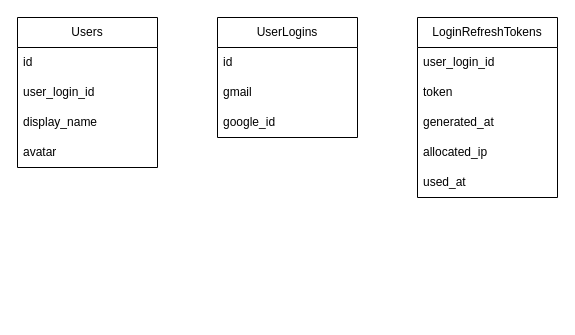
Above: auth-service database design.drawio in Wordsly-V2/auth-service (draw.io), before the change. Source tidied: cells renumbered, new cells numbered last; positions are measured from the earlier drawing's top-left corner, leaving out a move shared by most shapes. Both pictures are drawn from the tidied source at 100%, with x=0, y=0 at pixel (17, 17).
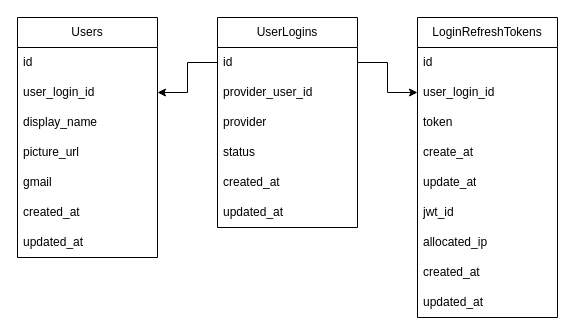
The same diagram, later.

Unchanged cells that the change refers to:
```xml
<mxCell id="4" value="user_login_id" style="text;strokeColor=none;fillColor=none;align=left;verticalAlign=middle;spacingLeft=4;spacingRight=4;overflow=hidden;points=[[0,0.5],[1,0.5]];portConstraint=eastwest;whiteSpace=wrap;html=1;" parent="2" vertex="1">
  <mxGeometry y="60" width="140" height="30" as="geometry" />
</mxCell>
<mxCell id="8" value="id" style="text;strokeColor=none;fillColor=none;align=left;verticalAlign=middle;spacingLeft=4;spacingRight=4;overflow=hidden;points=[[0,0.5],[1,0.5]];portConstraint=eastwest;whiteSpace=wrap;html=1;" parent="7" vertex="1">
  <mxGeometry y="30" width="140" height="30" as="geometry" />
</mxCell>
```

The edit, as a diff of the source:
```diff
@@
     <mxCell id="2" value="Users" style="swimlane;fontStyle=0;horizontal=1;startSize=30;whiteSpace=wrap;html=1;" parent="1" vertex="1">
-      <mxGeometry width="140" height="150" as="geometry" />
+      <mxGeometry width="140" height="240" as="geometry" />
     </mxCell>
@@
-    <mxCell id="6" value="avatar" style="text;strokeColor=none;fillColor=none;align=left;verticalAlign=middle;spacingLeft=4;spacingRight=4;overflow=hidden;whiteSpace=wrap;html=1;" parent="2" vertex="1">
+    <mxCell id="6" value="picture_url" style="text;strokeColor=none;fillColor=none;align=left;verticalAlign=middle;spacingLeft=4;spacingRight=4;overflow=hidden;whiteSpace=wrap;html=1;" parent="2" vertex="1">
       <mxGeometry y="120" width="140" height="30" as="geometry" />
     </mxCell>
+    <mxCell id="9" value="gmail" style="text;strokeColor=none;fillColor=none;align=left;verticalAlign=middle;spacingLeft=4;spacingRight=4;overflow=hidden;whiteSpace=wrap;html=1;" parent="2" vertex="1">
+      <mxGeometry y="150" width="140" height="30" as="geometry" />
+    </mxCell>
+    <mxCell id="17" value="created_at" style="text;strokeColor=none;fillColor=none;align=left;verticalAlign=middle;spacingLeft=4;spacingRight=4;overflow=hidden;whiteSpace=wrap;html=1;" parent="2" vertex="1">
+      <mxGeometry y="180" width="140" height="30" as="geometry" />
+    </mxCell>
+    <mxCell id="18" value="updated_at" style="text;strokeColor=none;fillColor=none;align=left;verticalAlign=middle;spacingLeft=4;spacingRight=4;overflow=hidden;whiteSpace=wrap;html=1;" parent="2" vertex="1">
+      <mxGeometry y="210" width="140" height="30" as="geometry" />
+    </mxCell>
     <mxCell id="7" value="UserLogins" style="swimlane;fontStyle=0;horizontal=1;startSize=30;whiteSpace=wrap;html=1;" parent="1" vertex="1">
-      <mxGeometry x="200" width="140" height="120" as="geometry" />
+      <mxGeometry x="200" width="140" height="210" as="geometry" />
     </mxCell>
@@
-    <mxCell id="9" value="gmail" style="text;strokeColor=none;fillColor=none;align=left;verticalAlign=middle;spacingLeft=4;spacingRight=4;overflow=hidden;whiteSpace=wrap;html=1;" parent="7" vertex="1">
-      <mxGeometry y="60" width="140" height="30" as="geometry" />
-    </mxCell>
-    <mxCell id="10" value="google_id" style="text;strokeColor=none;fillColor=none;align=left;verticalAlign=middle;spacingLeft=4;spacingRight=4;overflow=hidden;whiteSpace=wrap;html=1;" parent="7" vertex="1">
-      <mxGeometry y="90" width="140" height="30" as="geometry" />
+    <mxCell id="10" value="provider_user_id" style="text;strokeColor=none;fillColor=none;align=left;verticalAlign=middle;spacingLeft=4;spacingRight=4;overflow=hidden;whiteSpace=wrap;html=1;" parent="7" vertex="1">
+      <mxGeometry y="60" width="140" height="30" as="geometry" />
     </mxCell>
+    <mxCell id="19" value="provider" style="text;strokeColor=none;fillColor=none;align=left;verticalAlign=middle;spacingLeft=4;spacingRight=4;overflow=hidden;whiteSpace=wrap;html=1;" parent="7" vertex="1">
+      <mxGeometry y="90" width="140" height="30" as="geometry" />
+    </mxCell>
+    <mxCell id="20" value="status" style="text;strokeColor=none;fillColor=none;align=left;verticalAlign=middle;spacingLeft=4;spacingRight=4;overflow=hidden;whiteSpace=wrap;html=1;" parent="7" vertex="1">
+      <mxGeometry y="120" width="140" height="30" as="geometry" />
+    </mxCell>
+    <mxCell id="21" value="created_at" style="text;strokeColor=none;fillColor=none;align=left;verticalAlign=middle;spacingLeft=4;spacingRight=4;overflow=hidden;whiteSpace=wrap;html=1;" parent="7" vertex="1">
+      <mxGeometry y="150" width="140" height="30" as="geometry" />
+    </mxCell>
+    <mxCell id="22" value="updated_at" style="text;strokeColor=none;fillColor=none;align=left;verticalAlign=middle;spacingLeft=4;spacingRight=4;overflow=hidden;whiteSpace=wrap;html=1;" parent="7" vertex="1">
+      <mxGeometry y="180" width="140" height="30" as="geometry" />
+    </mxCell>
     <mxCell id="11" value="LoginRefreshTokens" style="swimlane;fontStyle=0;horizontal=1;startSize=30;whiteSpace=wrap;html=1;" parent="1" vertex="1">
-      <mxGeometry x="400" width="140" height="180" as="geometry" />
+      <mxGeometry x="400" width="140" height="300" as="geometry" />
     </mxCell>
+    <mxCell id="23" value="id" style="text;strokeColor=none;fillColor=none;align=left;verticalAlign=middle;spacingLeft=4;spacingRight=4;overflow=hidden;whiteSpace=wrap;html=1;" parent="11" vertex="1">
+      <mxGeometry y="30" width="140" height="30" as="geometry" />
+    </mxCell>
     <mxCell id="12" value="user_login_id" style="text;strokeColor=none;fillColor=none;align=left;verticalAlign=middle;spacingLeft=4;spacingRight=4;overflow=hidden;points=[[0,0.5],[1,0.5]];portConstraint=eastwest;whiteSpace=wrap;html=1;" parent="11" vertex="1">
-      <mxGeometry y="30" width="140" height="30" as="geometry" />
+      <mxGeometry y="60" width="140" height="30" as="geometry" />
     </mxCell>
     <mxCell id="13" value="token" style="text;strokeColor=none;fillColor=none;align=left;verticalAlign=middle;spacingLeft=4;spacingRight=4;overflow=hidden;whiteSpace=wrap;html=1;" parent="11" vertex="1">
-      <mxGeometry y="60" width="140" height="30" as="geometry" />
+      <mxGeometry y="90" width="140" height="30" as="geometry" />
     </mxCell>
-    <mxCell id="14" value="generated_at" style="text;strokeColor=none;fillColor=none;align=left;verticalAlign=middle;spacingLeft=4;spacingRight=4;overflow=hidden;whiteSpace=wrap;html=1;" parent="11" vertex="1">
-      <mxGeometry y="90" width="140" height="30" as="geometry" />
+    <mxCell id="14" value="create_at" style="text;strokeColor=none;fillColor=none;align=left;verticalAlign=middle;spacingLeft=4;spacingRight=4;overflow=hidden;whiteSpace=wrap;html=1;" parent="11" vertex="1">
+      <mxGeometry y="120" width="140" height="30" as="geometry" />
     </mxCell>
+    <mxCell id="16" value="update_at" style="text;strokeColor=none;fillColor=none;align=left;verticalAlign=middle;spacingLeft=4;spacingRight=4;overflow=hidden;whiteSpace=wrap;html=1;" parent="11" vertex="1">
+      <mxGeometry y="150" width="140" height="30" as="geometry" />
+    </mxCell>
+    <mxCell id="24" value="jwt_id" style="text;strokeColor=none;fillColor=none;align=left;verticalAlign=middle;spacingLeft=4;spacingRight=4;overflow=hidden;whiteSpace=wrap;html=1;" parent="11" vertex="1">
+      <mxGeometry y="180" width="140" height="30" as="geometry" />
+    </mxCell>
     <mxCell id="15" value="allocated_ip" style="text;strokeColor=none;fillColor=none;align=left;verticalAlign=middle;spacingLeft=4;spacingRight=4;overflow=hidden;whiteSpace=wrap;html=1;" parent="11" vertex="1">
-      <mxGeometry y="120" width="140" height="30" as="geometry" />
+      <mxGeometry y="210" width="140" height="30" as="geometry" />
     </mxCell>
-    <mxCell id="16" value="used_at" style="text;strokeColor=none;fillColor=none;align=left;verticalAlign=middle;spacingLeft=4;spacingRight=4;overflow=hidden;whiteSpace=wrap;html=1;" parent="11" vertex="1">
-      <mxGeometry y="150" width="140" height="30" as="geometry" />
-    </mxCell>
+    <mxCell id="25" value="created_at" style="text;strokeColor=none;fillColor=none;align=left;verticalAlign=middle;spacingLeft=4;spacingRight=4;overflow=hidden;whiteSpace=wrap;html=1;" parent="11" vertex="1">
+      <mxGeometry y="240" width="140" height="30" as="geometry" />
+    </mxCell>
+    <mxCell id="26" value="updated_at" style="text;strokeColor=none;fillColor=none;align=left;verticalAlign=middle;spacingLeft=4;spacingRight=4;overflow=hidden;whiteSpace=wrap;html=1;" parent="11" vertex="1">
+      <mxGeometry y="270" width="140" height="30" as="geometry" />
+    </mxCell>
+    <mxCell id="27" style="edgeStyle=orthogonalEdgeStyle;rounded=0;jettySize=auto;html=1;exitX=0;exitY=0.5;exitDx=0;exitDy=0;entryX=1;entryY=0.5;entryDx=0;entryDy=0;" parent="1" edge="1" source="8" target="4">
+      <mxGeometry relative="1" as="geometry" />
+    </mxCell>
+    <mxCell id="28" style="edgeStyle=orthogonalEdgeStyle;rounded=0;jettySize=auto;html=1;exitX=1;exitY=0.5;exitDx=0;exitDy=0;entryX=0;entryY=0.5;entryDx=0;entryDy=0;" parent="1" edge="1" source="8" target="12">
+      <mxGeometry relative="1" as="geometry" />
+    </mxCell>
```
